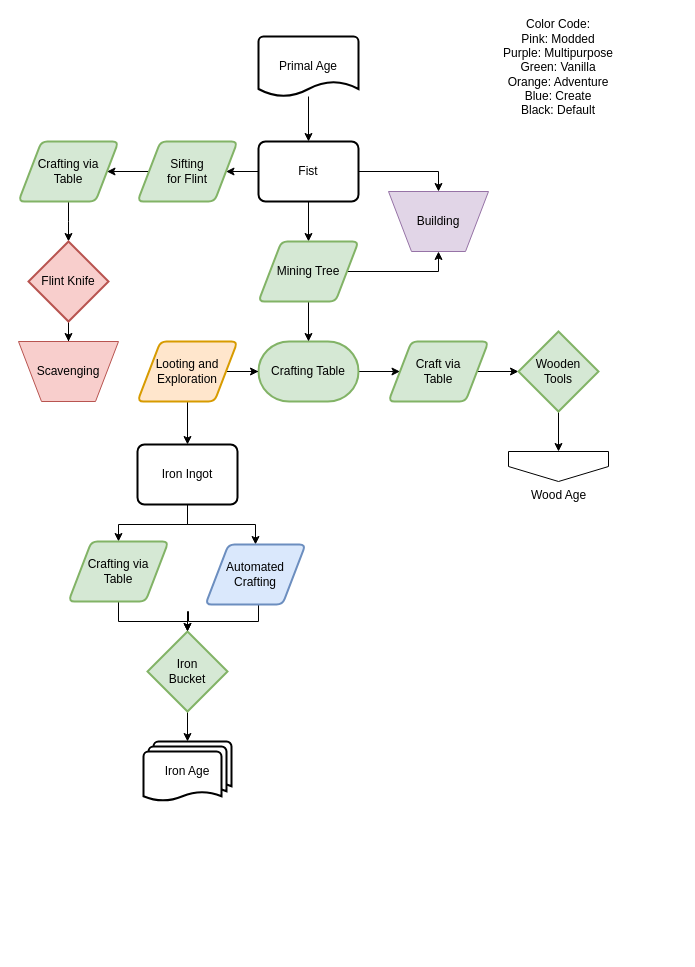
This is page "Example" (2 of 5) of flowcharts/progression.drawio from MeepishRealms/Cog, a draw.io file, before an edit. Source tidied: cells renumbered, new cells numbered last; positions are measured from the earlier drawing's top-left corner, leaving out a move shared by most shapes. Both pictures are drawn from the tidied source at 100%, with x=0, y=0 at pixel (18, 36).
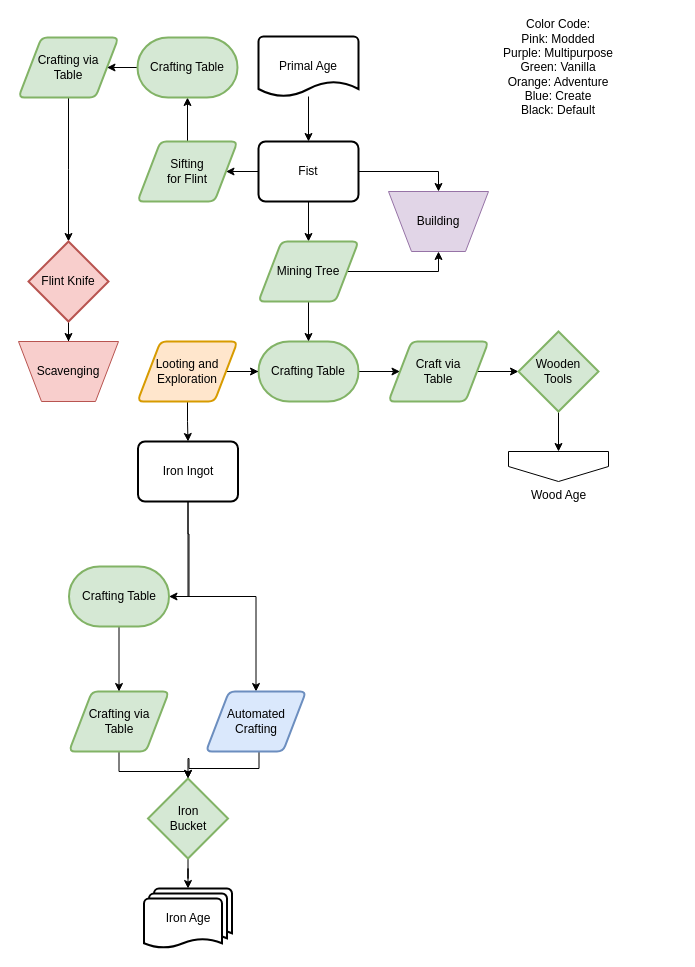
After the change.

The change refers to these unchanged cells:
```xml
<mxCell id="32" value="Sifting&lt;br&gt;for Flint" style="shape=parallelogram;html=1;strokeWidth=2;perimeter=parallelogramPerimeter;whiteSpace=wrap;rounded=1;arcSize=12;size=0.23;fillColor=#d5e8d4;strokeColor=#82b366;" parent="1" vertex="1">
  <mxGeometry x="119" y="105" width="100" height="60" as="geometry" />
</mxCell>
```

Change to the diagram source:
```diff
@@
-    <mxCell id="12" style="edgeStyle=orthogonalEdgeStyle;rounded=0;jettySize=auto;html=1;" parent="1" edge="1" source="14" target="27">
-      <mxGeometry relative="1" as="geometry" />
-    </mxCell>
@@
+    <mxCell id="40" style="edgeStyle=orthogonalEdgeStyle;rounded=0;jettySize=auto;html=1;exitX=0.5;exitY=1;exitDx=0;exitDy=0;entryX=1;entryY=0.5;entryDx=0;entryDy=0;entryPerimeter=0;" parent="1" edge="1" source="14" target="45">
+      <mxGeometry relative="1" as="geometry" />
+    </mxCell>
     <mxCell id="14" value="Iron Ingot" style="rounded=1;whiteSpace=wrap;html=1;absoluteArcSize=1;arcSize=14;strokeWidth=2;" parent="1" vertex="1">
-      <mxGeometry x="119" y="408" width="100" height="60" as="geometry" />
+      <mxGeometry x="119.5" y="405" width="100" height="60" as="geometry" />
     </mxCell>
@@
     <mxCell id="27" value="Crafting via&lt;br&gt;Table" style="shape=parallelogram;html=1;strokeWidth=2;perimeter=parallelogramPerimeter;whiteSpace=wrap;rounded=1;arcSize=12;size=0.23;fillColor=#d5e8d4;strokeColor=#82b366;" parent="1" vertex="1">
-      <mxGeometry x="50" y="505" width="100" height="60" as="geometry" />
+      <mxGeometry x="50.5" y="655" width="100" height="60" as="geometry" />
     </mxCell>
@@
     <mxCell id="29" value="Iron&lt;br&gt;Bucket" style="strokeWidth=2;html=1;shape=mxgraph.flowchart.decision;whiteSpace=wrap;fillColor=#d5e8d4;strokeColor=#82b366;" parent="1" vertex="1">
-      <mxGeometry x="129" y="595" width="80" height="80" as="geometry" />
+      <mxGeometry x="129.5" y="742" width="80" height="80" as="geometry" />
     </mxCell>
     <mxCell id="30" value="Iron Age" style="strokeWidth=2;html=1;shape=mxgraph.flowchart.multi-document;whiteSpace=wrap;" parent="1" vertex="1">
-      <mxGeometry x="125" y="705" width="88" height="60" as="geometry" />
+      <mxGeometry x="125.5" y="852" width="88" height="60" as="geometry" />
     </mxCell>
-    <mxCell id="31" style="edgeStyle=orthogonalEdgeStyle;rounded=0;jettySize=auto;html=1;exitX=0;exitY=0.5;exitDx=0;exitDy=0;" parent="1" edge="1" source="32" target="34">
-      <mxGeometry relative="1" as="geometry" />
-    </mxCell>
+    <mxCell id="41" style="edgeStyle=orthogonalEdgeStyle;rounded=0;jettySize=auto;html=1;exitX=0.5;exitY=0;exitDx=0;exitDy=0;entryX=0.5;entryY=1;entryDx=0;entryDy=0;entryPerimeter=0;" parent="1" edge="1" source="32" target="43">
+      <mxGeometry relative="1" as="geometry" />
+    </mxCell>
@@
     <mxCell id="34" value="Crafting via&lt;br&gt;Table" style="shape=parallelogram;html=1;strokeWidth=2;perimeter=parallelogramPerimeter;whiteSpace=wrap;rounded=1;arcSize=12;size=0.23;fillColor=#d5e8d4;strokeColor=#82b366;" parent="1" vertex="1">
-      <mxGeometry y="105" width="100" height="60" as="geometry" />
+      <mxGeometry y="1" width="100" height="60" as="geometry" />
     </mxCell>
@@
     <mxCell id="38" style="edgeStyle=orthogonalEdgeStyle;rounded=0;jettySize=auto;html=1;exitX=0.5;exitY=1;exitDx=0;exitDy=0;" parent="1" edge="1" source="39" target="29">
       <mxGeometry relative="1" as="geometry">
         <Array as="points">
-          <mxPoint x="240" y="585" />
-          <mxPoint x="170" y="585" />
-          <mxPoint x="170" y="575" />
-          <mxPoint x="169" y="575" />
+          <mxPoint x="240.5" y="732" />
+          <mxPoint x="170.5" y="732" />
+          <mxPoint x="170.5" y="722" />
+          <mxPoint x="169.5" y="722" />
         </Array>
       </mxGeometry>
     </mxCell>
     <mxCell id="39" value="Automated&lt;br&gt;Crafting" style="shape=parallelogram;html=1;strokeWidth=2;perimeter=parallelogramPerimeter;whiteSpace=wrap;rounded=1;arcSize=12;size=0.23;fillColor=#dae8fc;strokeColor=#6c8ebf;" parent="1" vertex="1">
-      <mxGeometry x="187" y="508" width="100" height="60" as="geometry" />
+      <mxGeometry x="187.5" y="655" width="100" height="60" as="geometry" />
     </mxCell>
+    <mxCell id="42" style="edgeStyle=orthogonalEdgeStyle;rounded=0;jettySize=auto;html=1;exitX=0;exitY=0.5;exitDx=0;exitDy=0;exitPerimeter=0;entryX=1;entryY=0.5;entryDx=0;entryDy=0;" parent="1" edge="1" source="43" target="34">
+      <mxGeometry relative="1" as="geometry" />
+    </mxCell>
+    <mxCell id="43" value="Crafting Table" style="strokeWidth=2;html=1;shape=mxgraph.flowchart.terminator;whiteSpace=wrap;fillColor=#d5e8d4;strokeColor=#82b366;" parent="1" vertex="1">
+      <mxGeometry x="119" y="1" width="100" height="60" as="geometry" />
+    </mxCell>
+    <mxCell id="44" style="edgeStyle=orthogonalEdgeStyle;rounded=0;jettySize=auto;html=1;exitX=0.5;exitY=1;exitDx=0;exitDy=0;exitPerimeter=0;entryX=0.5;entryY=0;entryDx=0;entryDy=0;" parent="1" edge="1" source="45" target="27">
+      <mxGeometry relative="1" as="geometry" />
+    </mxCell>
+    <mxCell id="45" value="Crafting Table" style="strokeWidth=2;html=1;shape=mxgraph.flowchart.terminator;whiteSpace=wrap;fillColor=#d5e8d4;strokeColor=#82b366;" parent="1" vertex="1">
+      <mxGeometry x="50.5" y="530" width="100" height="60" as="geometry" />
+    </mxCell>
```
